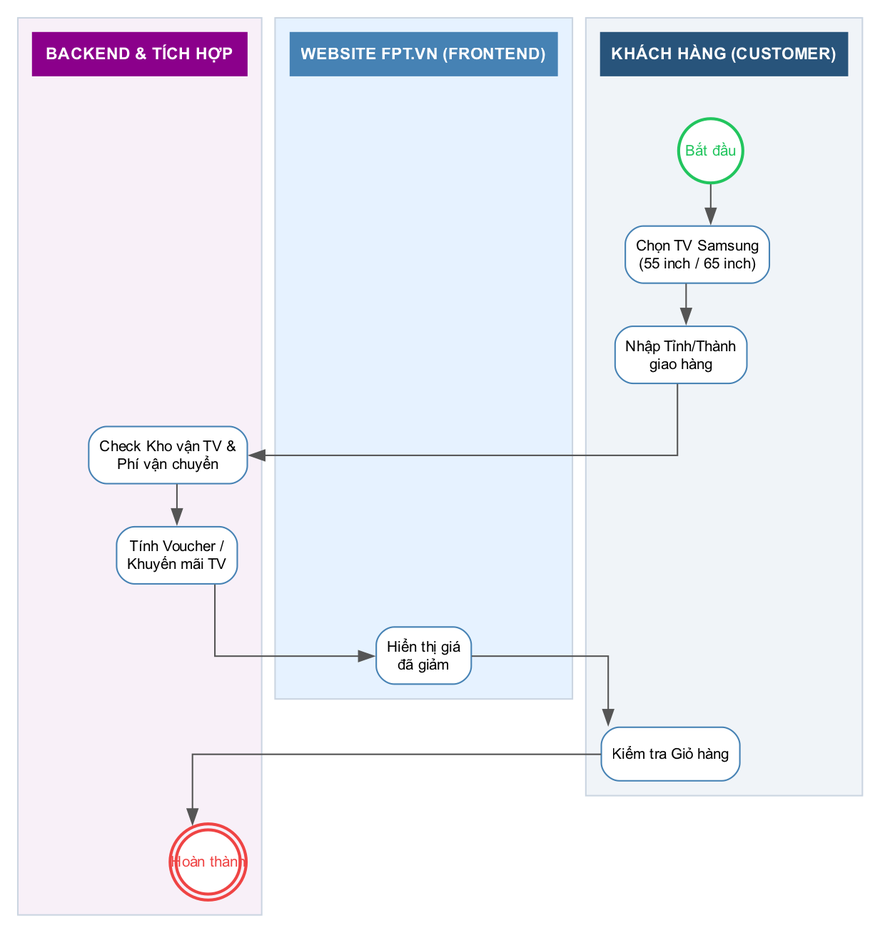
Above: diagrams/bpmn_fr05_tv.png in hathuy2706-BA/FPT (Graphviz), before the change. Its source is kept beside it as diagrams/bpmn_fr05_tv.dot.
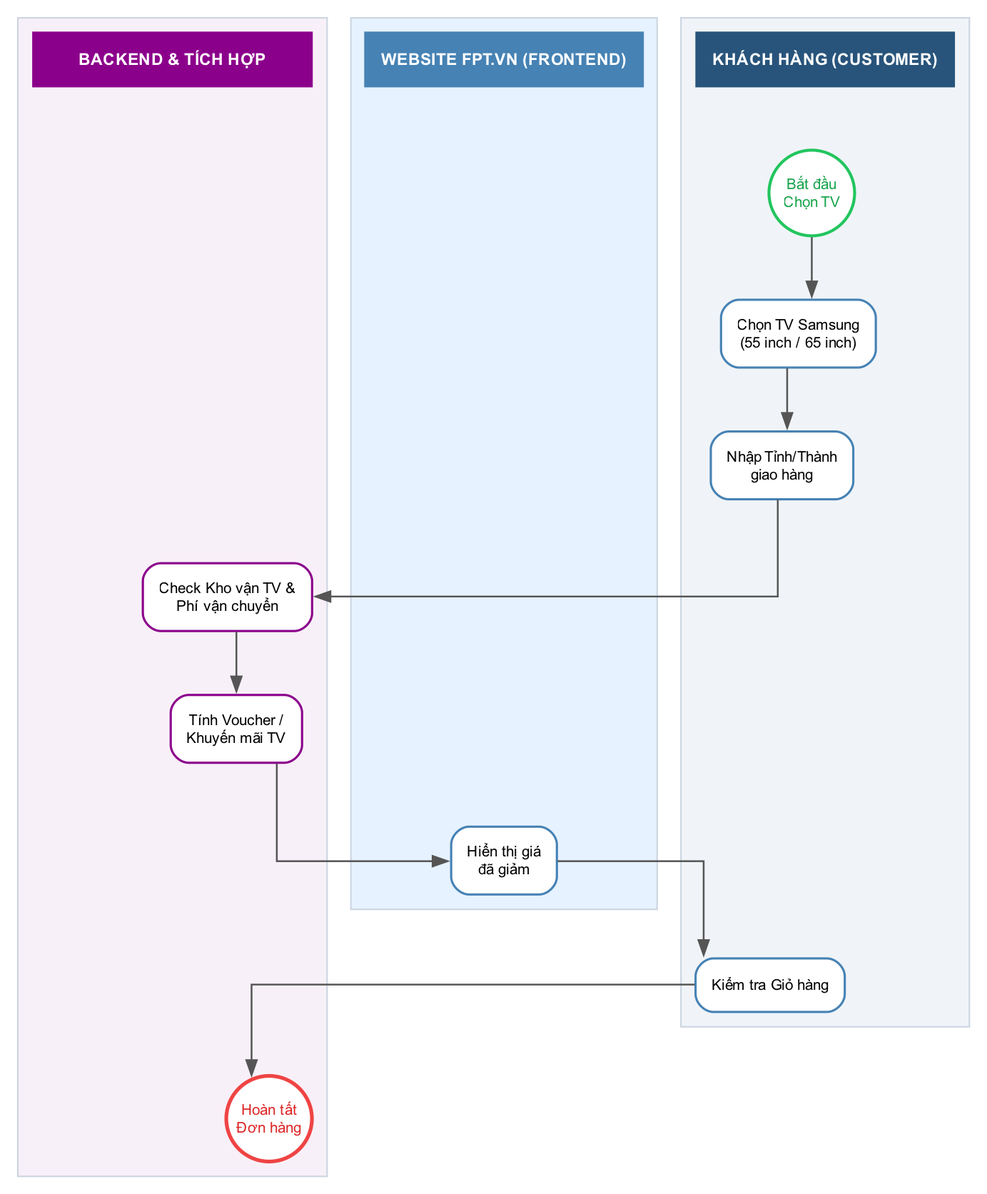
Above is the later version.

Change to the diagram source:
```diff
@@ -2,19 +2,19 @@
 
     rankdir=TB;
     splines=ortho;
-    nodesep=0.4;
-    ranksep=0.4;
+    nodesep=0.5;
+    ranksep=0.6;
     newrank=true;
     compound=true;
     fontname="Arial";
 
-    node [fontname="Arial", fontsize=10, shape=box, style="rounded,filled", fillcolor="white", color="#4682B4", penwidth=1.0, margin=0.1];
-    edge [fontname="Arial", fontsize=9, color="#555555", penwidth=1.0];
+    node [fontname="Arial", fontsize=10, shape=box, style="rounded,filled", fillcolor="white", color="#4682B4", penwidth=1.5, margin=0.15];
+    edge [fontname="Arial", fontsize=9, color="#555555", penwidth=1.2];
 
     subgraph cluster_customer {
         style=filled; color="#CBD5E1"; fillcolor="#F0F4F8"; penwidth=1; label=""; margin=10;
-        h_cust [label="KHÁCH HÀNG (CUSTOMER)", shape=box, style="filled", fillcolor="#28547B", color="#28547B", fontcolor="white", fontsize=11, fontname="Arial bold", width=2.0, height=0.4, fixedsize=false];
-        start [label="Bắt đầu", shape=circle, style="filled", fillcolor="white", color="#22C55E", fontcolor="#22C55E", penwidth=2, width=0.6, fixedsize=true];
+        h_cust [label="KHÁCH HÀNG (CUSTOMER)", shape=box, style="filled", fillcolor="#28547B", color="#28547B", fontcolor="white", fontsize=11, fontname="Arial bold", width=2.4, height=0.5, fixedsize=false];
+        start [label="Bắt đầu\nChọn TV", shape=circle, style="filled,bold", fillcolor="white", color="#22C55E", fontcolor="#16A34A", penwidth=2, width=0.8, fixedsize=true];
         select_tv [label="Chọn TV Samsung\n(55 inch / 65 inch)"];
         input_geo [label="Nhập Tỉnh/Thành\ngiao hàng"];
         view_cart [label="Kiểm tra Giỏ hàng"];
@@ -22,16 +22,16 @@
     }
     subgraph cluster_fe {
         style=filled; color="#CBD5E1"; fillcolor="#E6F2FF"; penwidth=1; label=""; margin=10;
-        h_fe [label="WEBSITE FPT.VN (FRONTEND)", shape=box, style="filled", fillcolor="#4682B4", color="#4682B4", fontcolor="white", fontsize=11, fontname="Arial bold", width=2.0, height=0.4, fixedsize=false];
+        h_fe [label="WEBSITE FPT.VN (FRONTEND)", shape=box, style="filled", fillcolor="#4682B4", color="#4682B4", fontcolor="white", fontsize=11, fontname="Arial bold", width=2.4, height=0.5, fixedsize=false];
         display_discount [label="Hiển thị giá\nđã giảm"];
         h_fe -> display_discount [style=invis];
     }
     subgraph cluster_be {
         style=filled; color="#CBD5E1"; fillcolor="#F8F0F8"; penwidth=1; label=""; margin=10;
-        h_be [label="BACKEND & TÍCH HỢP", shape=box, style="filled", fillcolor="#8B008B", color="#8B008B", fontcolor="white", fontsize=11, fontname="Arial bold", width=2.0, height=0.4, fixedsize=false];
-        check_logistics [label="Check Kho vận TV &\nPhí vận chuyển"];
-        apply_tv_discount [label="Tính Voucher /\nKhuyến mãi TV"];
-        end [label="Hoàn thành", shape=doublecircle, style="filled", fillcolor="white", color="#EF4444", fontcolor="#EF4444", penwidth=2, width=0.6, fixedsize=true];
+        h_be [label="BACKEND & TÍCH HỢP", shape=box, style="filled", fillcolor="#8B008B", color="#8B008B", fontcolor="white", fontsize=11, fontname="Arial bold", width=2.6, height=0.5, fixedsize=false];
+        check_logistics [label="Check Kho vận TV &\nPhí vận chuyển", color="#8B008B"];
+        apply_tv_discount [label="Tính Voucher /\nKhuyến mãi TV", color="#8B008B"];
+        end [label="Hoàn tất\nĐơn hàng", shape=circle, style="filled,bold", fillcolor="white", color="#EF4444", fontcolor="#DC2626", penwidth=2.5, width=0.8, fixedsize=true];
         h_be -> check_logistics [style=invis];
     }
     { rank=same; h_cust; h_fe; h_be; }
```
